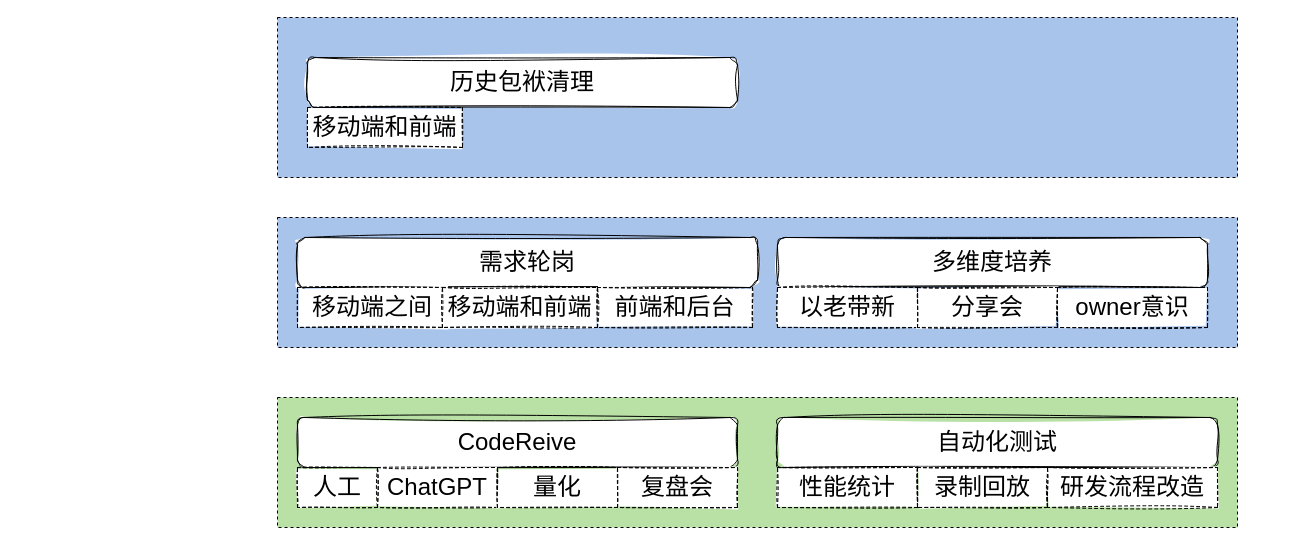
The draw.io diagram 未命名绘图.drawio in skindhu/AlphaAnimationView, before the edit. Source tidied: cells renumbered, new cells numbered last; positions are measured from the earlier drawing's top-left corner, leaving out a move shared by most shapes. Both pictures are drawn from the tidied source at 100%, with x=0, y=0 at pixel (277, 17).
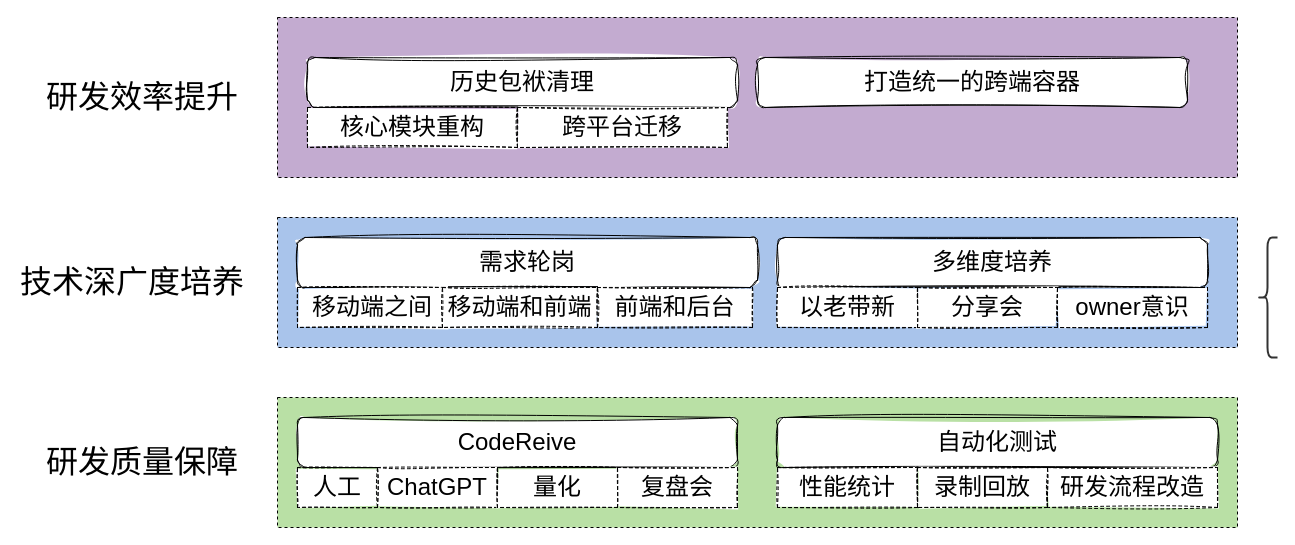
After the change.

The edit, as a diff of the source:
```diff
@@
-    <mxCell id="21" style="rounded=0;whiteSpace=wrap;html=1;dashed=1;fillColor=#A9C4EB;" parent="1" vertex="1">
+    <mxCell id="21" style="rounded=0;whiteSpace=wrap;html=1;dashed=1;fillColor=#C3ABD0;" parent="1" vertex="1">
       <mxGeometry width="960" height="160" as="geometry" />
     </mxCell>
@@
-    <mxCell id="23" value="移动端和前端" style="rounded=0;whiteSpace=wrap;html=1;sketch=1;fontSize=24;dashed=1;" parent="1" vertex="1">
-      <mxGeometry x="30" y="90" width="155" height="40" as="geometry" />
+    <mxCell id="23" value="核心模块重构" style="rounded=0;whiteSpace=wrap;html=1;sketch=1;fontSize=24;dashed=1;" parent="1" vertex="1">
+      <mxGeometry x="30" y="90" width="210" height="40" as="geometry" />
     </mxCell>
+    <mxCell id="24" value="跨平台迁移" style="rounded=0;whiteSpace=wrap;html=1;sketch=1;fontSize=24;dashed=1;" parent="1" vertex="1">
+      <mxGeometry x="240" y="90" width="210" height="40" as="geometry" />
+    </mxCell>
+    <mxCell id="25" value="&lt;span style=&quot;font-size: 24px;&quot;&gt;打造统一的跨端容器&lt;/span&gt;" style="rounded=1;whiteSpace=wrap;html=1;sketch=1;curveFitting=1;jiggle=2;" parent="1" vertex="1">
+      <mxGeometry x="480" y="40" width="430" height="50" as="geometry" />
+    </mxCell>
+    <mxCell id="26" value="研发质量保障" style="text;html=1;strokeColor=none;fillColor=none;align=center;verticalAlign=middle;whiteSpace=wrap;rounded=0;dashed=1;fontSize=32;" parent="1" vertex="1">
+      <mxGeometry x="-240" y="430" width="210" height="30" as="geometry" />
+    </mxCell>
+    <mxCell id="27" value="技术深广度培养" style="text;html=1;strokeColor=none;fillColor=none;align=center;verticalAlign=middle;whiteSpace=wrap;rounded=0;dashed=1;fontSize=32;" parent="1" vertex="1">
+      <mxGeometry x="-260" y="250" width="230" height="30" as="geometry" />
+    </mxCell>
+    <mxCell id="28" value="研发效率提升" style="text;html=1;strokeColor=none;fillColor=none;align=center;verticalAlign=middle;whiteSpace=wrap;rounded=0;dashed=1;fontSize=32;" parent="1" vertex="1">
+      <mxGeometry x="-250" y="65" width="230" height="30" as="geometry" />
+    </mxCell>
+    <mxCell id="29" style="shape=curlyBracket;whiteSpace=wrap;html=1;rounded=1;labelPosition=left;verticalLabelPosition=middle;align=right;verticalAlign=middle;fontSize=32;fillColor=#C3ABD0;strokeWidth=2;strokeColor=#333333;" parent="1" vertex="1">
+      <mxGeometry x="980" y="220" width="20" height="120" as="geometry" />
+    </mxCell>
```
